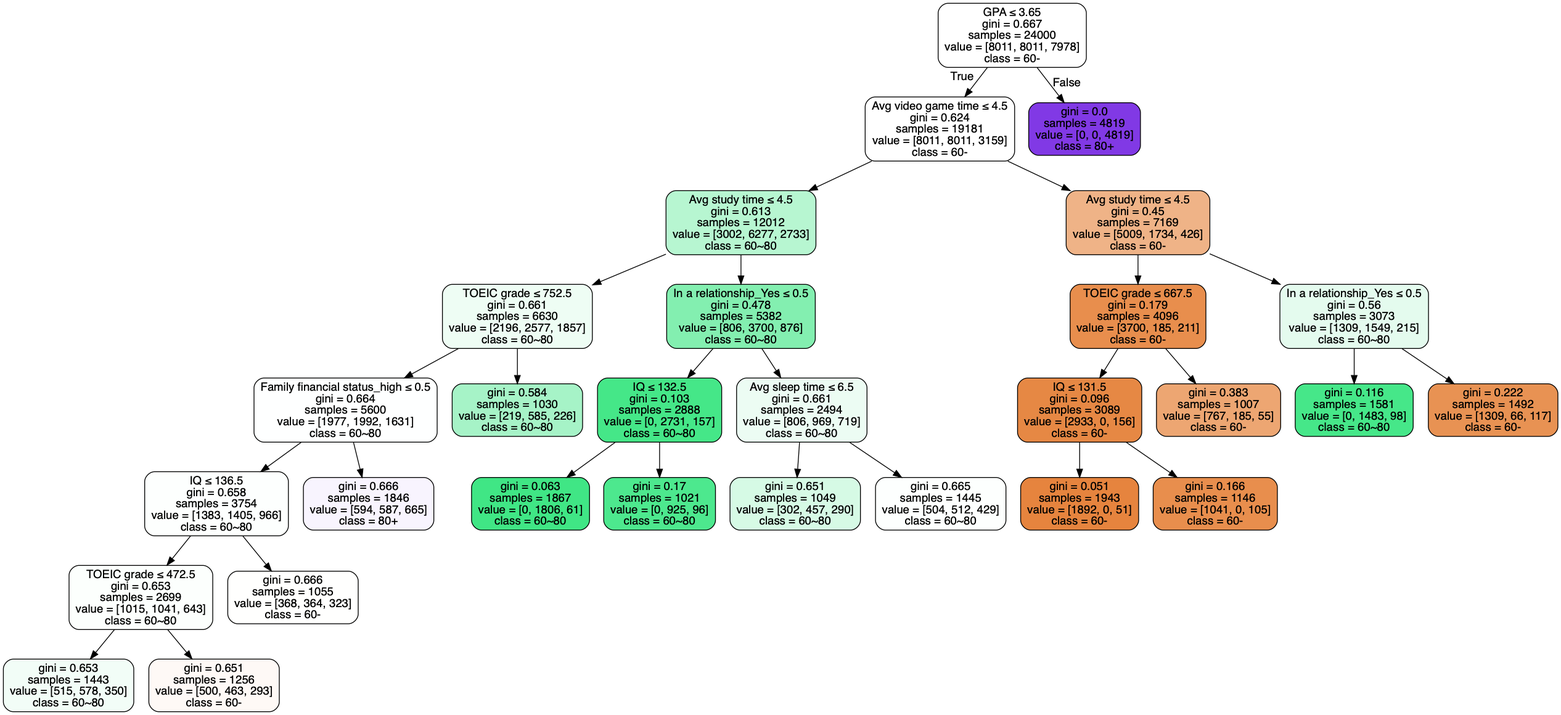
Before: tree.png, a diagram exported from Graphviz (p61402/classification). Its source is kept beside it as tree.dot. Its diagram source:
```dot
digraph Tree {
node [shape=box, style="filled, rounded", color="black", fontname=helvetica] ;
edge [fontname=helvetica] ;
0 [label=<GPA &le; 3.65<br/>gini = 0.667<br/>samples = 24000<br/>value = [8011, 8011, 7978]<br/>class = 60->, fillcolor="#e5813900"] ;
1 [label=<Avg video game time &le; 4.5<br/>gini = 0.624<br/>samples = 19181<br/>value = [8011, 8011, 3159]<br/>class = 60->, fillcolor="#e5813900"] ;
0 -> 1 [labeldistance=2.5, labelangle=45, headlabel="True"] ;
2 [label=<Avg study time &le; 4.5<br/>gini = 0.613<br/>samples = 12012<br/>value = [3002, 6277, 2733]<br/>class = 60~80>, fillcolor="#39e5815d"] ;
1 -> 2 ;
3 [label=<TOEIC grade &le; 752.5<br/>gini = 0.661<br/>samples = 6630<br/>value = [2196, 2577, 1857]<br/>class = 60~80>, fillcolor="#39e58116"] ;
2 -> 3 ;
4 [label=<Family financial status_high &le; 0.5<br/>gini = 0.664<br/>samples = 5600<br/>value = [1977, 1992, 1631]<br/>class = 60~80>, fillcolor="#39e58101"] ;
3 -> 4 ;
5 [label=<IQ &le; 136.5<br/>gini = 0.658<br/>samples = 3754<br/>value = [1383, 1405, 966]<br/>class = 60~80>, fillcolor="#39e58102"] ;
4 -> 5 ;
6 [label=<TOEIC grade &le; 472.5<br/>gini = 0.653<br/>samples = 2699<br/>value = [1015, 1041, 643]<br/>class = 60~80>, fillcolor="#39e58104"] ;
5 -> 6 ;
7 [label=<gini = 0.653<br/>samples = 1443<br/>value = [515, 578, 350]<br/>class = 60~80>, fillcolor="#39e58111"] ;
6 -> 7 ;
8 [label=<gini = 0.651<br/>samples = 1256<br/>value = [500, 463, 293]<br/>class = 60->, fillcolor="#e581390c"] ;
6 -> 8 ;
9 [label=<gini = 0.666<br/>samples = 1055<br/>value = [368, 364, 323]<br/>class = 60->, fillcolor="#e5813901"] ;
5 -> 9 ;
10 [label=<gini = 0.666<br/>samples = 1846<br/>value = [594, 587, 665]<br/>class = 80+>, fillcolor="#8139e50e"] ;
4 -> 10 ;
11 [label=<gini = 0.584<br/>samples = 1030<br/>value = [219, 585, 226]<br/>class = 60~80>, fillcolor="#39e58172"] ;
3 -> 11 ;
12 [label=<In a relationship_Yes &le; 0.5<br/>gini = 0.478<br/>samples = 5382<br/>value = [806, 3700, 876]<br/>class = 60~80>, fillcolor="#39e581a0"] ;
2 -> 12 ;
13 [label=<IQ &le; 132.5<br/>gini = 0.103<br/>samples = 2888<br/>value = [0, 2731, 157]<br/>class = 60~80>, fillcolor="#39e581f0"] ;
12 -> 13 ;
14 [label=<gini = 0.063<br/>samples = 1867<br/>value = [0, 1806, 61]<br/>class = 60~80>, fillcolor="#39e581f6"] ;
13 -> 14 ;
15 [label=<gini = 0.17<br/>samples = 1021<br/>value = [0, 925, 96]<br/>class = 60~80>, fillcolor="#39e581e5"] ;
13 -> 15 ;
16 [label=<Avg sleep time &le; 6.5<br/>gini = 0.661<br/>samples = 2494<br/>value = [806, 969, 719]<br/>class = 60~80>, fillcolor="#39e58119"] ;
12 -> 16 ;
17 [label=<gini = 0.651<br/>samples = 1049<br/>value = [302, 457, 290]<br/>class = 60~80>, fillcolor="#39e58135"] ;
16 -> 17 ;
18 [label=<gini = 0.665<br/>samples = 1445<br/>value = [504, 512, 429]<br/>class = 60~80>, fillcolor="#39e58102"] ;
16 -> 18 ;
19 [label=<Avg study time &le; 4.5<br/>gini = 0.45<br/>samples = 7169<br/>value = [5009, 1734, 426]<br/>class = 60->, fillcolor="#e581399a"] ;
1 -> 19 ;
20 [label=<TOEIC grade &le; 667.5<br/>gini = 0.179<br/>samples = 4096<br/>value = [3700, 185, 211]<br/>class = 60->, fillcolor="#e58139e5"] ;
19 -> 20 ;
21 [label=<IQ &le; 131.5<br/>gini = 0.096<br/>samples = 3089<br/>value = [2933, 0, 156]<br/>class = 60->, fillcolor="#e58139f1"] ;
20 -> 21 ;
22 [label=<gini = 0.051<br/>samples = 1943<br/>value = [1892, 0, 51]<br/>class = 60->, fillcolor="#e58139f8"] ;
21 -> 22 ;
23 [label=<gini = 0.166<br/>samples = 1146<br/>value = [1041, 0, 105]<br/>class = 60->, fillcolor="#e58139e5"] ;
21 -> 23 ;
24 [label=<gini = 0.383<br/>samples = 1007<br/>value = [767, 185, 55]<br/>class = 60->, fillcolor="#e58139b5"] ;
20 -> 24 ;
25 [label=<In a relationship_Yes &le; 0.5<br/>gini = 0.56<br/>samples = 3073<br/>value = [1309, 1549, 215]<br/>class = 60~80>, fillcolor="#39e58123"] ;
19 -> 25 ;
26 [label=<gini = 0.116<br/>samples = 1581<br/>value = [0, 1483, 98]<br/>class = 60~80>, fillcolor="#39e581ee"] ;
25 -> 26 ;
27 [label=<gini = 0.222<br/>samples = 1492<br/>value = [1309, 66, 117]<br/>class = 60->, fillcolor="#e58139dd"] ;
25 -> 27 ;
28 [label=<gini = 0.0<br/>samples = 4819<br/>value = [0, 0, 4819]<br/>class = 80+>, fillcolor="#8139e5ff"] ;
0 -> 28 [labeldistance=2.5, labelangle=-45, headlabel="False"] ;
}
```
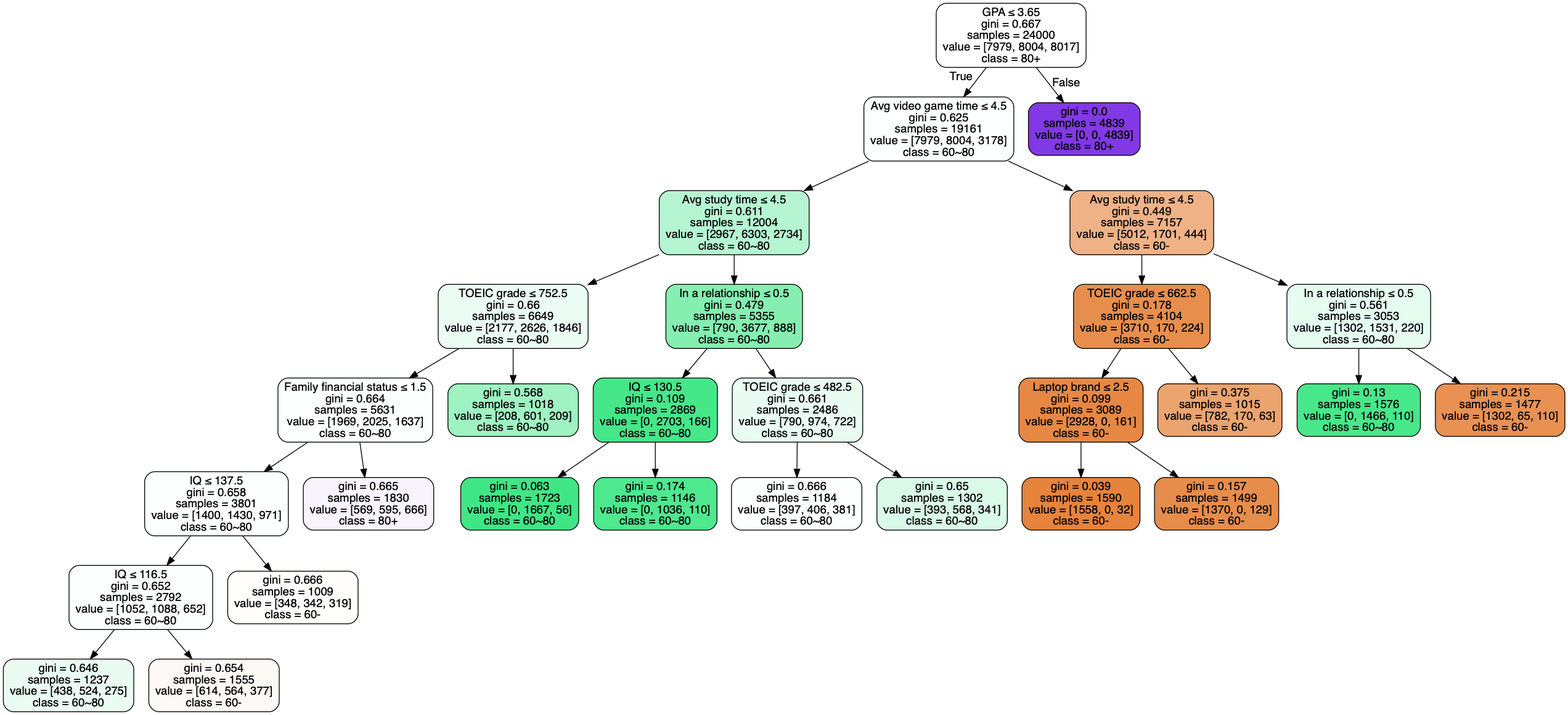
The same diagram one commit later.

The edit, as a diff of the source:
```diff
@@ -1,61 +1,61 @@
 digraph Tree {
 node [shape=box, style="filled, rounded", color="black", fontname=helvetica] ;
 edge [fontname=helvetica] ;
-0 [label=<GPA &le; 3.65<br/>gini = 0.667<br/>samples = 24000<br/>value = [8011, 8011, 7978]<br/>class = 60->, fillcolor="#e5813900"] ;
-1 [label=<Avg video game time &le; 4.5<br/>gini = 0.624<br/>samples = 19181<br/>value = [8011, 8011, 3159]<br/>class = 60->, fillcolor="#e5813900"] ;
+0 [label=<GPA &le; 3.65<br/>gini = 0.667<br/>samples = 24000<br/>value = [8016, 8012, 7972]<br/>class = 60->, fillcolor="#e5813900"] ;
+1 [label=<Avg video game time &le; 4.5<br/>gini = 0.624<br/>samples = 19207<br/>value = [8016, 8012, 3179]<br/>class = 60->, fillcolor="#e5813900"] ;
 0 -> 1 [labeldistance=2.5, labelangle=45, headlabel="True"] ;
-2 [label=<Avg study time &le; 4.5<br/>gini = 0.613<br/>samples = 12012<br/>value = [3002, 6277, 2733]<br/>class = 60~80>, fillcolor="#39e5815d"] ;
+2 [label=<Avg study time &le; 4.5<br/>gini = 0.613<br/>samples = 12038<br/>value = [3006, 6280, 2752]<br/>class = 60~80>, fillcolor="#39e5815c"] ;
 1 -> 2 ;
-3 [label=<TOEIC grade &le; 752.5<br/>gini = 0.661<br/>samples = 6630<br/>value = [2196, 2577, 1857]<br/>class = 60~80>, fillcolor="#39e58116"] ;
+3 [label=<TOEIC grade &le; 752.5<br/>gini = 0.66<br/>samples = 6709<br/>value = [2200, 2632, 1877]<br/>class = 60~80>, fillcolor="#39e58118"] ;
 2 -> 3 ;
-4 [label=<Family financial status_high &le; 0.5<br/>gini = 0.664<br/>samples = 5600<br/>value = [1977, 1992, 1631]<br/>class = 60~80>, fillcolor="#39e58101"] ;
+4 [label=<Family financial status &le; 1.5<br/>gini = 0.664<br/>samples = 5676<br/>value = [1978, 2044, 1654]<br/>class = 60~80>, fillcolor="#39e58105"] ;
 3 -> 4 ;
-5 [label=<IQ &le; 136.5<br/>gini = 0.658<br/>samples = 3754<br/>value = [1383, 1405, 966]<br/>class = 60~80>, fillcolor="#39e58102"] ;
+5 [label=<IQ &le; 116.5<br/>gini = 0.657<br/>samples = 3803<br/>value = [1397, 1441, 965]<br/>class = 60~80>, fillcolor="#39e58105"] ;
 4 -> 5 ;
-6 [label=<TOEIC grade &le; 472.5<br/>gini = 0.653<br/>samples = 2699<br/>value = [1015, 1041, 643]<br/>class = 60~80>, fillcolor="#39e58104"] ;
+6 [label=<gini = 0.643<br/>samples = 1252<br/>value = [447, 536, 269]<br/>class = 60~80>, fillcolor="#39e5811c"] ;
 5 -> 6 ;
-7 [label=<gini = 0.653<br/>samples = 1443<br/>value = [515, 578, 350]<br/>class = 60~80>, fillcolor="#39e58111"] ;
-6 -> 7 ;
-8 [label=<gini = 0.651<br/>samples = 1256<br/>value = [500, 463, 293]<br/>class = 60->, fillcolor="#e581390c"] ;
-6 -> 8 ;
-9 [label=<gini = 0.666<br/>samples = 1055<br/>value = [368, 364, 323]<br/>class = 60->, fillcolor="#e5813901"] ;
-5 -> 9 ;
-10 [label=<gini = 0.666<br/>samples = 1846<br/>value = [594, 587, 665]<br/>class = 80+>, fillcolor="#8139e50e"] ;
+7 [label=<IQ &le; 137.5<br/>gini = 0.661<br/>samples = 2551<br/>value = [950, 905, 696]<br/>class = 60->, fillcolor="#e5813907"] ;
+5 -> 7 ;
+8 [label=<gini = 0.656<br/>samples = 1537<br/>value = [593, 558, 386]<br/>class = 60->, fillcolor="#e5813909"] ;
+7 -> 8 ;
+9 [label=<gini = 0.665<br/>samples = 1014<br/>value = [357, 347, 310]<br/>class = 60->, fillcolor="#e5813904"] ;
+7 -> 9 ;
+10 [label=<gini = 0.665<br/>samples = 1873<br/>value = [581, 603, 689]<br/>class = 80+>, fillcolor="#8139e511"] ;
 4 -> 10 ;
-11 [label=<gini = 0.584<br/>samples = 1030<br/>value = [219, 585, 226]<br/>class = 60~80>, fillcolor="#39e58172"] ;
+11 [label=<gini = 0.583<br/>samples = 1033<br/>value = [222, 588, 223]<br/>class = 60~80>, fillcolor="#39e58173"] ;
 3 -> 11 ;
-12 [label=<In a relationship_Yes &le; 0.5<br/>gini = 0.478<br/>samples = 5382<br/>value = [806, 3700, 876]<br/>class = 60~80>, fillcolor="#39e581a0"] ;
+12 [label=<In a relationship &le; 0.5<br/>gini = 0.482<br/>samples = 5329<br/>value = [806, 3648, 875]<br/>class = 60~80>, fillcolor="#39e5819f"] ;
 2 -> 12 ;
-13 [label=<IQ &le; 132.5<br/>gini = 0.103<br/>samples = 2888<br/>value = [0, 2731, 157]<br/>class = 60~80>, fillcolor="#39e581f0"] ;
+13 [label=<Laptop brand &le; 2.5<br/>gini = 0.104<br/>samples = 2854<br/>value = [0, 2697, 157]<br/>class = 60~80>, fillcolor="#39e581f0"] ;
 12 -> 13 ;
-14 [label=<gini = 0.063<br/>samples = 1867<br/>value = [0, 1806, 61]<br/>class = 60~80>, fillcolor="#39e581f6"] ;
+14 [label=<gini = 0.047<br/>samples = 1469<br/>value = [0, 1434, 35]<br/>class = 60~80>, fillcolor="#39e581f9"] ;
 13 -> 14 ;
-15 [label=<gini = 0.17<br/>samples = 1021<br/>value = [0, 925, 96]<br/>class = 60~80>, fillcolor="#39e581e5"] ;
+15 [label=<gini = 0.161<br/>samples = 1385<br/>value = [0, 1263, 122]<br/>class = 60~80>, fillcolor="#39e581e6"] ;
 13 -> 15 ;
-16 [label=<Avg sleep time &le; 6.5<br/>gini = 0.661<br/>samples = 2494<br/>value = [806, 969, 719]<br/>class = 60~80>, fillcolor="#39e58119"] ;
+16 [label=<IQ &le; 122.5<br/>gini = 0.662<br/>samples = 2475<br/>value = [806, 951, 718]<br/>class = 60~80>, fillcolor="#39e58116"] ;
 12 -> 16 ;
-17 [label=<gini = 0.651<br/>samples = 1049<br/>value = [302, 457, 290]<br/>class = 60~80>, fillcolor="#39e58135"] ;
+17 [label=<gini = 0.65<br/>samples = 1099<br/>value = [341, 477, 281]<br/>class = 60~80>, fillcolor="#39e5812e"] ;
 16 -> 17 ;
-18 [label=<gini = 0.665<br/>samples = 1445<br/>value = [504, 512, 429]<br/>class = 60~80>, fillcolor="#39e58102"] ;
+18 [label=<gini = 0.666<br/>samples = 1376<br/>value = [465, 474, 437]<br/>class = 60~80>, fillcolor="#39e58103"] ;
 16 -> 18 ;
-19 [label=<Avg study time &le; 4.5<br/>gini = 0.45<br/>samples = 7169<br/>value = [5009, 1734, 426]<br/>class = 60->, fillcolor="#e581399a"] ;
+19 [label=<Avg study time &le; 4.5<br/>gini = 0.45<br/>samples = 7169<br/>value = [5010, 1732, 427]<br/>class = 60->, fillcolor="#e581399a"] ;
 1 -> 19 ;
-20 [label=<TOEIC grade &le; 667.5<br/>gini = 0.179<br/>samples = 4096<br/>value = [3700, 185, 211]<br/>class = 60->, fillcolor="#e58139e5"] ;
+20 [label=<TOEIC grade &le; 672.5<br/>gini = 0.184<br/>samples = 4108<br/>value = [3699, 187, 222]<br/>class = 60->, fillcolor="#e58139e4"] ;
 19 -> 20 ;
-21 [label=<IQ &le; 131.5<br/>gini = 0.096<br/>samples = 3089<br/>value = [2933, 0, 156]<br/>class = 60->, fillcolor="#e58139f1"] ;
+21 [label=<Laptop brand &le; 2.5<br/>gini = 0.098<br/>samples = 3103<br/>value = [2942, 0, 161]<br/>class = 60->, fillcolor="#e58139f1"] ;
 20 -> 21 ;
-22 [label=<gini = 0.051<br/>samples = 1943<br/>value = [1892, 0, 51]<br/>class = 60->, fillcolor="#e58139f8"] ;
+22 [label=<gini = 0.037<br/>samples = 1594<br/>value = [1564, 0, 30]<br/>class = 60->, fillcolor="#e58139fa"] ;
 21 -> 22 ;
-23 [label=<gini = 0.166<br/>samples = 1146<br/>value = [1041, 0, 105]<br/>class = 60->, fillcolor="#e58139e5"] ;
+23 [label=<gini = 0.159<br/>samples = 1509<br/>value = [1378, 0, 131]<br/>class = 60->, fillcolor="#e58139e7"] ;
 21 -> 23 ;
-24 [label=<gini = 0.383<br/>samples = 1007<br/>value = [767, 185, 55]<br/>class = 60->, fillcolor="#e58139b5"] ;
+24 [label=<gini = 0.394<br/>samples = 1005<br/>value = [757, 187, 61]<br/>class = 60->, fillcolor="#e58139b2"] ;
 20 -> 24 ;
-25 [label=<In a relationship_Yes &le; 0.5<br/>gini = 0.56<br/>samples = 3073<br/>value = [1309, 1549, 215]<br/>class = 60~80>, fillcolor="#39e58123"] ;
+25 [label=<In a relationship &le; 0.5<br/>gini = 0.557<br/>samples = 3061<br/>value = [1311, 1545, 205]<br/>class = 60~80>, fillcolor="#39e58122"] ;
 19 -> 25 ;
-26 [label=<gini = 0.116<br/>samples = 1581<br/>value = [0, 1483, 98]<br/>class = 60~80>, fillcolor="#39e581ee"] ;
+26 [label=<gini = 0.119<br/>samples = 1577<br/>value = [0, 1477, 100]<br/>class = 60~80>, fillcolor="#39e581ee"] ;
 25 -> 26 ;
-27 [label=<gini = 0.222<br/>samples = 1492<br/>value = [1309, 66, 117]<br/>class = 60->, fillcolor="#e58139dd"] ;
+27 [label=<gini = 0.212<br/>samples = 1484<br/>value = [1311, 68, 105]<br/>class = 60->, fillcolor="#e58139df"] ;
 25 -> 27 ;
-28 [label=<gini = 0.0<br/>samples = 4819<br/>value = [0, 0, 4819]<br/>class = 80+>, fillcolor="#8139e5ff"] ;
+28 [label=<gini = 0.0<br/>samples = 4793<br/>value = [0, 0, 4793]<br/>class = 80+>, fillcolor="#8139e5ff"] ;
 0 -> 28 [labeldistance=2.5, labelangle=-45, headlabel="False"] ;
 }
```
